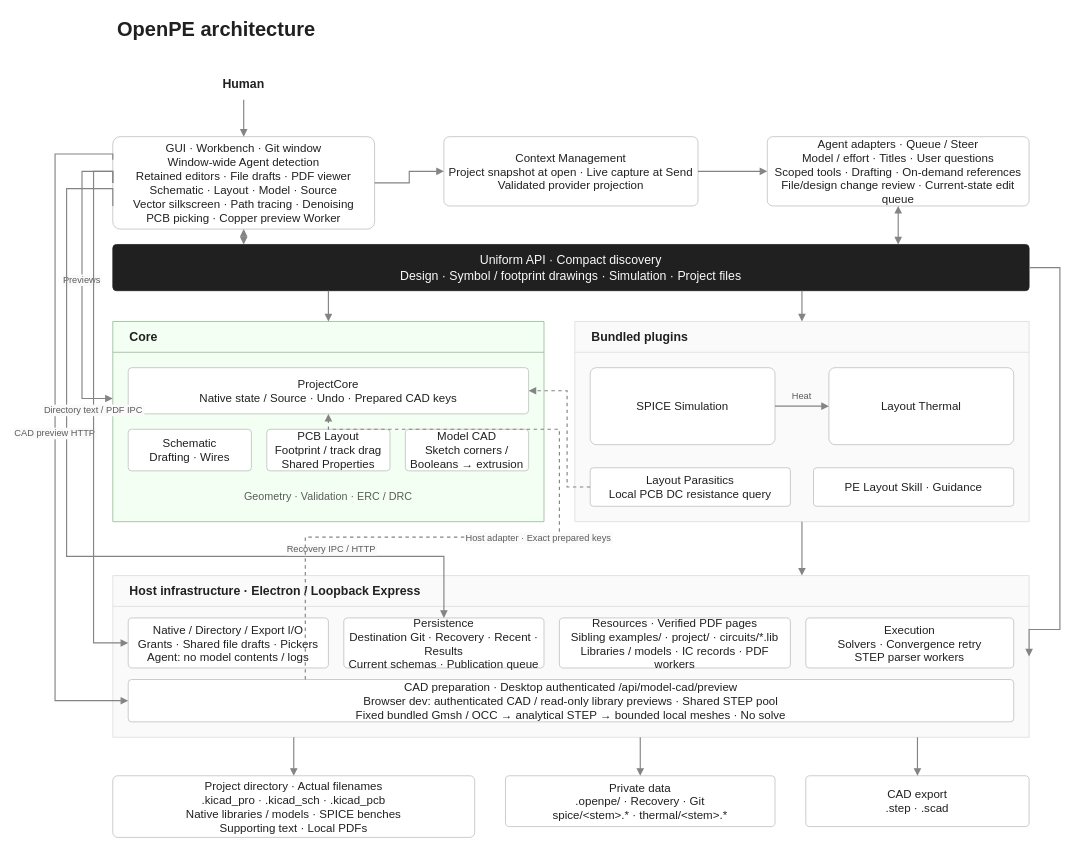
This is assets/architecture.drawio from Open-Power-Electronics/OpenPE, a draw.io file, before an edit. Source tidied: cells renumbered, new cells numbered last; positions are measured from the earlier drawing's top-left corner, leaving out a move shared by most shapes. Both pictures are drawn from the tidied source at 77%, with x=0, y=0 at pixel (55, 13).
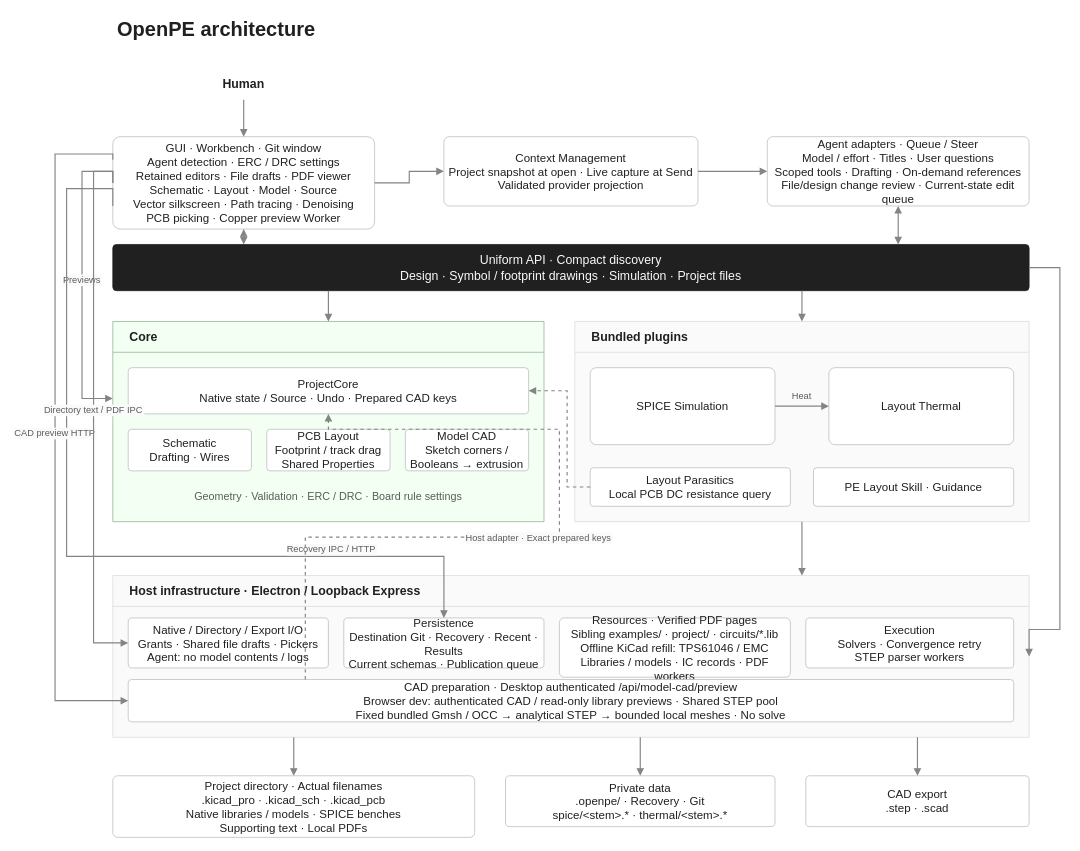
After the change.

The change refers to these unchanged cells:
```xml
<mxCell id="8" value="Core" style="swimlane;html=0;whiteSpace=wrap;fontFamily=Arial;fontSize=16;fontColor=#202020;fillColor=#f2fff2;strokeColor=#8fb58f;strokeWidth=1;shadow=0;arcSize=8;fontStyle=1;align=left;verticalAlign=middle;horizontal=1;startSize=40;swimlaneFillColor=#f2fff2;spacingLeft=20;" parent="1" vertex="1">
  <mxGeometry x="75" y="400" width="560" height="260" as="geometry" />
</mxCell>
<mxCell id="19" value="Host infrastructure · Electron / Loopback Express" style="swimlane;html=0;whiteSpace=wrap;fontFamily=Arial;fontSize=16;fontColor=#202020;fillColor=#fafafa;strokeColor=#dbdbdb;strokeWidth=1;shadow=0;arcSize=8;fontStyle=1;align=left;verticalAlign=middle;horizontal=1;startSize=40;swimlaneFillColor=#fafafa;spacingLeft=20;" parent="1" vertex="1">
  <mxGeometry x="75" y="730" width="1190" height="210" as="geometry" />
</mxCell>
```

Change to the diagram source:
```diff
@@
-    <mxCell id="4" value="GUI · Workbench · Git window&#10;Window-wide Agent detection&#10;Retained editors · File drafts · PDF viewer&#10;Schematic · Layout · Model · Source&#10;Vector silkscreen · Path tracing · Denoising&#10;PCB picking · Copper preview Worker" style="rounded=1;html=0;whiteSpace=wrap;fontFamily=Arial;fontSize=15;fontColor=#202020;fillColor=#ffffff;strokeColor=#bdbdbd;strokeWidth=1;shadow=0;arcSize=8;fontStyle=0;align=center;verticalAlign=middle;spacing=6;" parent="1" vertex="1">
+    <mxCell id="4" value="GUI · Workbench · Git window&#10;Agent detection · ERC / DRC settings&#10;Retained editors · File drafts · PDF viewer&#10;Schematic · Layout · Model · Source&#10;Vector silkscreen · Path tracing · Denoising&#10;PCB picking · Copper preview Worker" style="rounded=1;html=0;whiteSpace=wrap;fontFamily=Arial;fontSize=15;fontColor=#202020;fillColor=#ffffff;strokeColor=#bdbdbd;strokeWidth=1;shadow=0;arcSize=8;fontStyle=0;align=center;verticalAlign=middle;spacing=6;" parent="1" vertex="1">
       <mxGeometry x="75" y="160" width="340" height="120" as="geometry" />
     </mxCell>
@@
-    <mxCell id="13" value="Geometry · Validation · ERC / DRC" style="text;html=0;whiteSpace=wrap;fontFamily=Arial;fontSize=14;fontColor=#5c5c5c;fillColor=none;strokeColor=none;strokeWidth=1;shadow=0;arcSize=8;fontStyle=0;align=center;verticalAlign=middle;spacing=6;" parent="8" vertex="1">
+    <mxCell id="13" value="Geometry · Validation · ERC / DRC · Board rule settings" style="text;html=0;whiteSpace=wrap;fontFamily=Arial;fontSize=14;fontColor=#5c5c5c;fillColor=none;strokeColor=none;strokeWidth=1;shadow=0;arcSize=8;fontStyle=0;align=center;verticalAlign=middle;spacing=6;" parent="8" vertex="1">
       <mxGeometry x="20" y="212" width="520" height="30" as="geometry" />
     </mxCell>
@@
-    <mxCell id="22" value="Resources · Verified PDF pages&#10;Sibling examples/ · project/ · circuits/*.lib&#10;Libraries / models · IC records · PDF workers" style="rounded=1;html=0;whiteSpace=wrap;fontFamily=Arial;fontSize=15;fontColor=#202020;fillColor=#ffffff;strokeColor=#bdbdbd;strokeWidth=1;shadow=0;arcSize=8;fontStyle=0;align=center;verticalAlign=middle;spacing=6;" parent="19" vertex="1">
-      <mxGeometry x="580" y="55" width="300" height="65" as="geometry" />
+    <mxCell id="22" value="Resources · Verified PDF pages&#10;Sibling examples/ · project/ · circuits/*.lib&#10;Offline KiCad refill: TPS61046 / EMC&#10;Libraries / models · IC records · PDF workers" style="rounded=1;html=0;whiteSpace=wrap;fontFamily=Arial;fontSize=15;fontColor=#202020;fillColor=#ffffff;strokeColor=#bdbdbd;strokeWidth=1;shadow=0;arcSize=8;fontStyle=0;align=center;verticalAlign=middle;spacing=6;" parent="19" vertex="1">
+      <mxGeometry x="580" y="55" width="300" height="77" as="geometry" />
     </mxCell>
```
